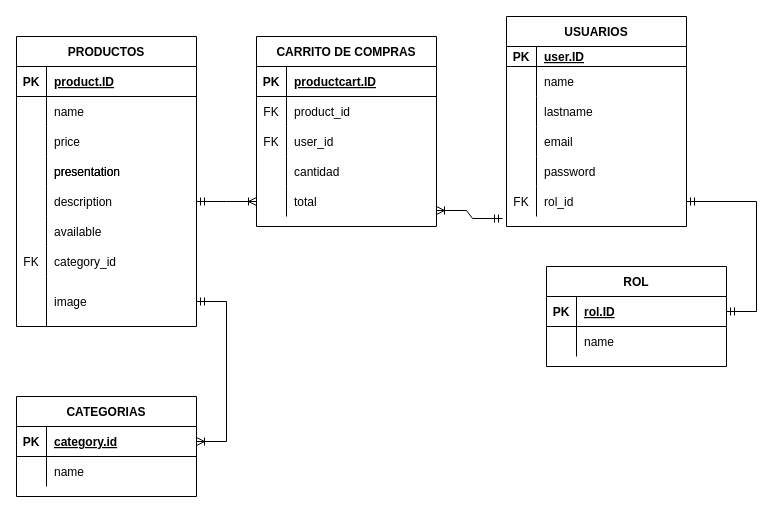
The draw.io diagram tienda organica.drawio in valeiba/grupo_8_TiendaOrganica, before the edit. Source tidied: cells renumbered, new cells numbered last; positions are measured from the earlier drawing's top-left corner, leaving out a move shared by most shapes. Both pictures are drawn from the tidied source at 100%, with x=0, y=0 at pixel (16, 16).
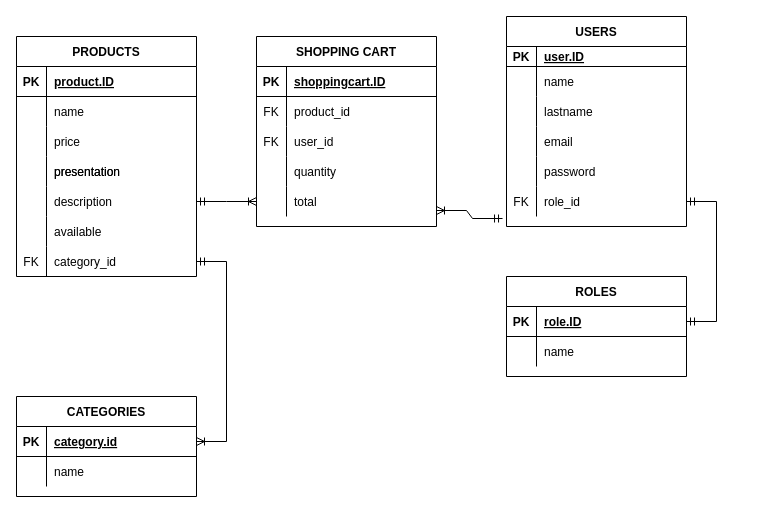
After the change.

Unchanged cells that the change refers to:
```xml
<mxCell id="3" style="shape=tableRow;horizontal=0;startSize=0;swimlaneHead=0;swimlaneBody=0;fillColor=none;points=[[0,0.5],[1,0.5]];portConstraint=eastwest;top=0;left=0;right=0;bottom=1;" parent="2" vertex="1">
  <mxGeometry y="30" width="180" height="30" as="geometry" />
</mxCell>
<mxCell id="25" style="shape=tableRow;horizontal=0;startSize=0;swimlaneHead=0;swimlaneBody=0;fillColor=none;points=[[0,0.5],[1,0.5]];portConstraint=eastwest;top=0;left=0;right=0;bottom=0;" parent="9" vertex="1">
  <mxGeometry y="170" width="180" height="30" as="geometry" />
</mxCell>
<mxCell id="47" style="shape=tableRow;horizontal=0;startSize=0;swimlaneHead=0;swimlaneBody=0;fillColor=none;points=[[0,0.5],[1,0.5]];portConstraint=eastwest;top=0;left=0;right=0;bottom=0;" parent="28" vertex="1">
  <mxGeometry y="210" width="180" height="30" as="geometry" />
</mxCell>
<mxCell id="56" style="shape=tableRow;horizontal=0;startSize=0;swimlaneHead=0;swimlaneBody=0;fillColor=none;top=0;left=0;right=0;bottom=1;" parent="55" vertex="1">
  <mxGeometry y="30" width="180" height="30" as="geometry" />
</mxCell>
<mxCell id="65" style="shape=tableRow;horizontal=0;startSize=0;swimlaneHead=0;swimlaneBody=0;fillColor=none;top=0;left=0;right=0;bottom=0;" parent="55" vertex="1">
  <mxGeometry y="120" width="180" height="30" as="geometry" />
</mxCell>
<mxCell id="74" style="shape=tableRow;horizontal=0;startSize=0;swimlaneHead=0;swimlaneBody=0;fillColor=none;points=[[0,0.5],[1,0.5]];portConstraint=eastwest;top=0;left=0;right=0;bottom=1;" parent="73" vertex="1">
  <mxGeometry y="30" width="180" height="30" as="geometry" />
</mxCell>
```

Change to the diagram source:
```diff
@@
-    <mxCell id="2" value="CATEGORIAS" style="shape=table;startSize=30;childLayout=tableLayout;rowLines=0;fontStyle=1;align=center;" parent="1" vertex="1">
+    <mxCell id="2" value="CATEGORIES" style="shape=table;startSize=30;childLayout=tableLayout;rowLines=0;fontStyle=1;align=center;" parent="1" vertex="1">
       <mxGeometry y="380" width="180" height="100" as="geometry" />
     </mxCell>
@@
-    <mxCell id="9" value="USUARIOS" style="shape=table;startSize=30;childLayout=tableLayout;rowLines=0;fontStyle=1;align=center;" parent="1" vertex="1">
+    <mxCell id="9" value="USERS" style="shape=table;startSize=30;childLayout=tableLayout;rowLines=0;fontStyle=1;align=center;" parent="1" vertex="1">
       <mxGeometry x="490" width="180" height="210" as="geometry" />
     </mxCell>
@@
-    <mxCell id="27" value="rol_id" style="shape=partialRectangle;fillColor=none;top=0;left=0;bottom=0;right=0;align=left;spacingLeft=6;overflow=hidden;" parent="25" vertex="1">
+    <mxCell id="27" value="role_id" style="shape=partialRectangle;fillColor=none;top=0;left=0;bottom=0;right=0;align=left;spacingLeft=6;overflow=hidden;" parent="25" vertex="1">
       <mxGeometry x="30" width="150" height="30" as="geometry" />
     </mxCell>
-    <mxCell id="28" value="PRODUCTOS" style="shape=table;startSize=30;childLayout=tableLayout;rowLines=0;fontStyle=1;align=center;" parent="1" vertex="1">
-      <mxGeometry y="20" width="180" height="290" as="geometry" />
+    <mxCell id="28" value="PRODUCTS" style="shape=table;startSize=30;childLayout=tableLayout;rowLines=0;fontStyle=1;align=center;" parent="1" vertex="1">
+      <mxGeometry y="20" width="180" height="240" as="geometry" />
     </mxCell>
@@
-    <mxCell id="50" style="shape=tableRow;horizontal=0;startSize=0;swimlaneHead=0;swimlaneBody=0;fillColor=none;points=[[0,0.5],[1,0.5]];portConstraint=eastwest;top=0;left=0;right=0;bottom=0;" parent="28" vertex="1">
-      <mxGeometry y="240" width="180" height="50" as="geometry" />
-    </mxCell>
-    <mxCell id="51" style="shape=partialRectangle;fillColor=none;top=0;left=0;bottom=0;right=0;overflow=hidden;" parent="50" vertex="1">
-      <mxGeometry width="30" height="50" as="geometry" />
-    </mxCell>
-    <mxCell id="52" value="image" style="shape=partialRectangle;fillColor=none;top=0;left=0;bottom=0;right=0;align=left;spacingLeft=6;overflow=hidden;" parent="50" vertex="1">
-      <mxGeometry x="30" width="150" height="50" as="geometry" />
-    </mxCell>
@@
-    <mxCell id="54" style="edgeStyle=entityRelationEdgeStyle;fontSize=12;html=1;endArrow=ERoneToMany;startArrow=ERmandOne;rounded=0;exitX=1;exitY=0.5;exitDx=0;exitDy=0;entryX=1;entryY=0.5;entryDx=0;entryDy=0;" parent="1" edge="1" source="50" target="3">
+    <mxCell id="54" style="edgeStyle=entityRelationEdgeStyle;fontSize=12;html=1;endArrow=ERoneToMany;startArrow=ERmandOne;rounded=0;exitX=1;exitY=0.5;exitDx=0;exitDy=0;entryX=1;entryY=0.5;entryDx=0;entryDy=0;" parent="1" edge="1" source="47" target="3">
       <mxGeometry relative="1" as="geometry" />
     </mxCell>
-    <mxCell id="55" value="CARRITO DE COMPRAS" style="shape=table;startSize=30;childLayout=tableLayout;rowLines=0;fontStyle=1;align=center;" parent="1" vertex="1">
+    <mxCell id="55" value="SHOPPING CART" style="shape=table;startSize=30;childLayout=tableLayout;rowLines=0;fontStyle=1;align=center;" parent="1" vertex="1">
       <mxGeometry x="240" y="20" width="180" height="190" as="geometry" />
     </mxCell>
@@
-    <mxCell id="58" value="productcart.ID" style="shape=partialRectangle;fillColor=none;top=0;left=0;bottom=0;right=0;align=left;spacingLeft=6;fontStyle=5;overflow=hidden;" parent="56" vertex="1">
+    <mxCell id="58" value="shoppingcart.ID" style="shape=partialRectangle;fillColor=none;top=0;left=0;bottom=0;right=0;align=left;spacingLeft=6;fontStyle=5;overflow=hidden;" parent="56" vertex="1">
       <mxGeometry x="30" width="150" height="30" as="geometry" />
     </mxCell>
@@
-    <mxCell id="67" value="cantidad" style="shape=partialRectangle;fillColor=none;top=0;left=0;bottom=0;right=0;align=left;spacingLeft=6;overflow=hidden;" parent="65" vertex="1">
+    <mxCell id="67" value="quantity" style="shape=partialRectangle;fillColor=none;top=0;left=0;bottom=0;right=0;align=left;spacingLeft=6;overflow=hidden;" parent="65" vertex="1">
       <mxGeometry x="30" width="150" height="30" as="geometry" />
     </mxCell>
@@
-    <mxCell id="73" value="ROL" style="shape=table;startSize=30;childLayout=tableLayout;rowLines=0;fontStyle=1;align=center;" parent="1" vertex="1">
-      <mxGeometry x="530" y="250" width="180" height="100" as="geometry" />
+    <mxCell id="73" value="ROLES" style="shape=table;startSize=30;childLayout=tableLayout;rowLines=0;fontStyle=1;align=center;" parent="1" vertex="1">
+      <mxGeometry x="490" y="260" width="180" height="100" as="geometry" />
     </mxCell>
@@
-    <mxCell id="76" value="rol.ID" style="shape=partialRectangle;fillColor=none;top=0;left=0;bottom=0;right=0;align=left;spacingLeft=6;fontStyle=5;overflow=hidden;" parent="74" vertex="1">
+    <mxCell id="76" value="role.ID" style="shape=partialRectangle;fillColor=none;top=0;left=0;bottom=0;right=0;align=left;spacingLeft=6;fontStyle=5;overflow=hidden;" parent="74" vertex="1">
       <mxGeometry x="30" width="150" height="30" as="geometry" />
     </mxCell>
```
